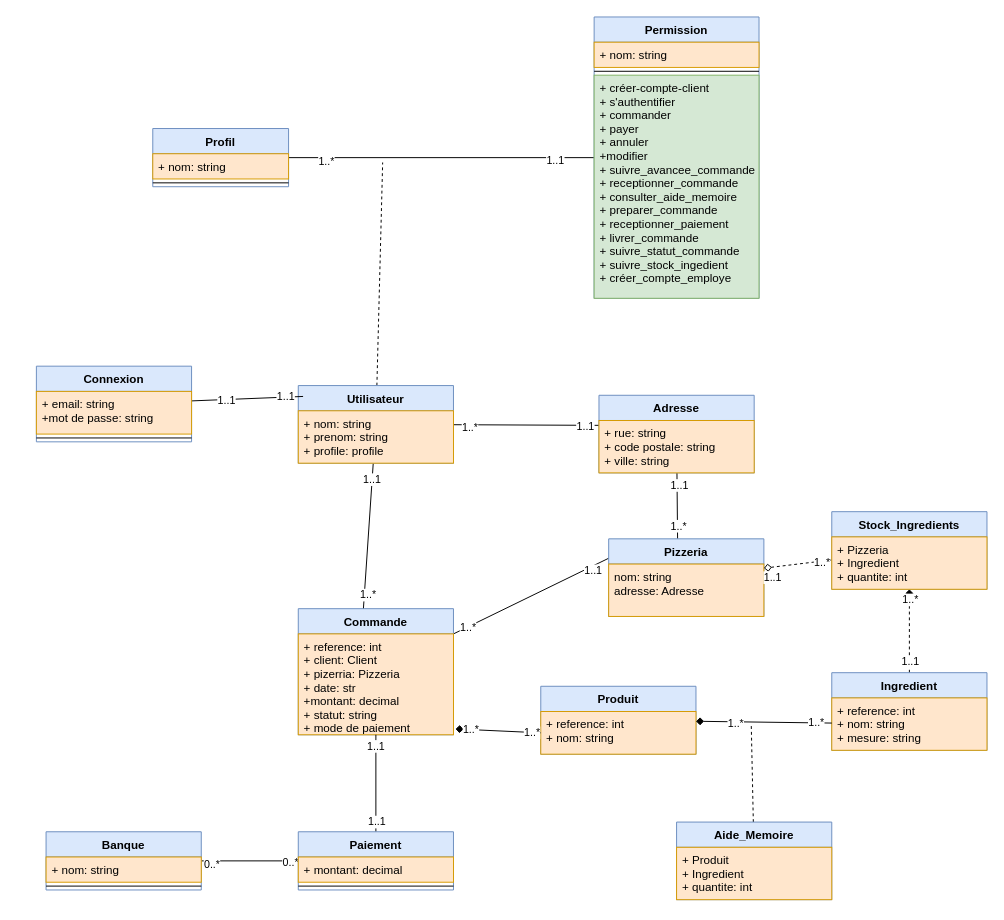
Above: documentation/diagrameDeClasses1.drawio in jbbaillet85/OCpizzas (draw.io), before the change. Source tidied: cells renumbered, new cells numbered last; positions are measured from the earlier drawing's top-left corner, leaving out a move shared by most shapes. Both pictures are drawn from the tidied source at 97%, with x=0, y=0 at pixel (36, 16).
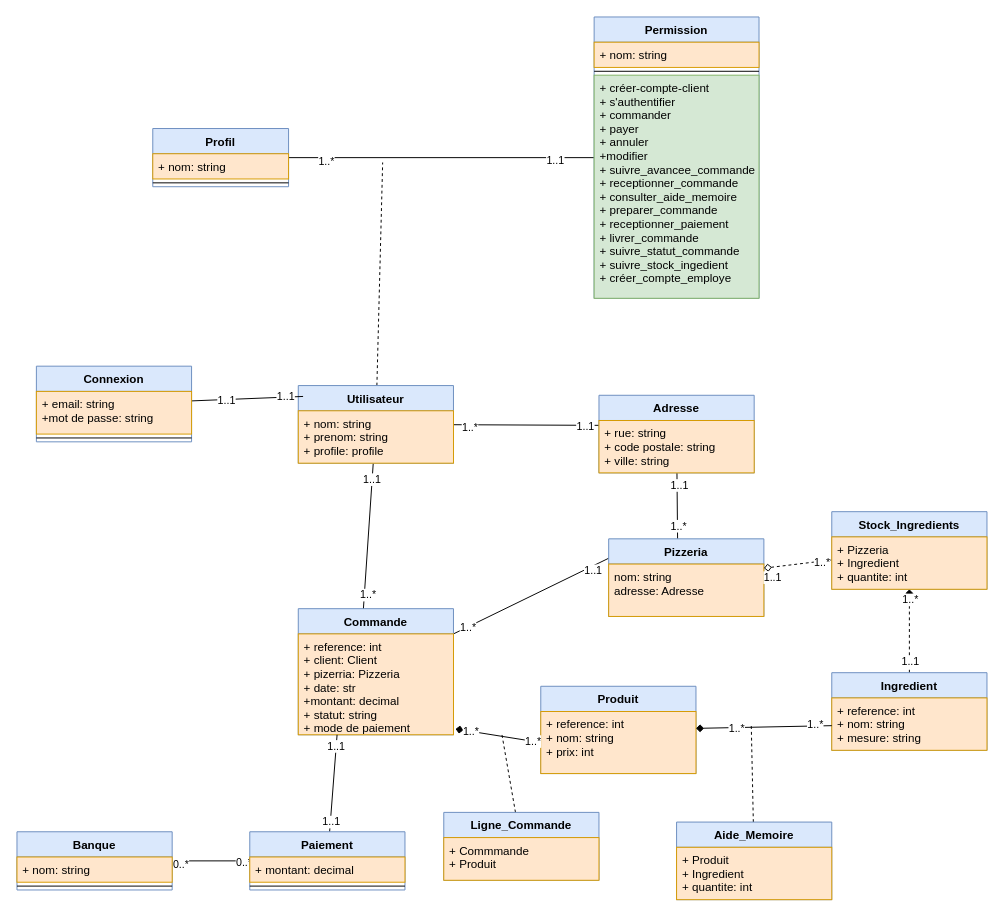
The same page after the edit.

Commit message (it also covers changes not shown here):
mise à jour diagrame de classes

Unchanged cells that the change refers to:
```xml
<mxCell id="19" value="Commande" style="swimlane;fontStyle=1;align=center;verticalAlign=top;horizontal=1;startSize=26;fillColor=#dae8fc;strokeColor=#6c8ebf;" parent="1" vertex="1">
  <mxGeometry x="270" y="610" width="160" height="130" as="geometry" />
</mxCell>
```

The edit, as a diff of the source:
```diff
@@
     <mxCell id="21" value="Produit" style="swimlane;fontStyle=1;align=center;verticalAlign=top;horizontal=1;startSize=26;fillColor=#dae8fc;strokeColor=#6c8ebf;" parent="1" vertex="1">
-      <mxGeometry x="520" y="690" width="160" height="70" as="geometry" />
+      <mxGeometry x="520" y="690" width="160" height="90" as="geometry" />
     </mxCell>
-    <mxCell id="22" value="+ reference: int&#10;+ nom: string" style="text;strokeColor=#d79b00;fillColor=#ffe6cc;align=left;verticalAlign=top;spacingLeft=4;spacingRight=4;overflow=hidden;points=[[0,0.5],[1,0.5]];portConstraint=eastwest;" parent="21" vertex="1">
-      <mxGeometry y="26" width="160" height="44" as="geometry" />
+    <mxCell id="22" value="+ reference: int&#10;+ nom: string&#10;+ prix: int" style="text;strokeColor=#d79b00;fillColor=#ffe6cc;align=left;verticalAlign=top;spacingLeft=4;spacingRight=4;overflow=hidden;points=[[0,0.5],[1,0.5]];portConstraint=eastwest;" parent="21" vertex="1">
+      <mxGeometry y="26" width="160" height="64" as="geometry" />
     </mxCell>
@@
     <mxCell id="36" value="Banque" style="swimlane;fontStyle=1;align=center;verticalAlign=top;horizontal=1;startSize=26;fillColor=#dae8fc;strokeColor=#6c8ebf;" parent="1" vertex="1">
-      <mxGeometry x="10" y="840" width="160" height="60" as="geometry" />
+      <mxGeometry x="-20" y="840" width="160" height="60" as="geometry" />
     </mxCell>
@@
-    <mxCell id="44" style="edgeStyle=orthogonalEdgeStyle;rounded=0;jettySize=auto;html=1;endArrow=none;endFill=0;" parent="1" edge="1" source="47" target="19">
+    <mxCell id="44" style="rounded=0;jettySize=auto;html=1;endArrow=none;endFill=0;entryX=0.25;entryY=1;entryDx=0;entryDy=0;" parent="1" edge="1" source="47" target="19">
       <mxGeometry relative="1" as="geometry" />
     </mxCell>
@@
     <mxCell id="47" value="Paiement" style="swimlane;fontStyle=1;align=center;verticalAlign=top;horizontal=1;startSize=26;fillColor=#dae8fc;strokeColor=#6c8ebf;" parent="1" vertex="1">
-      <mxGeometry x="270" y="840" width="160" height="60" as="geometry" />
+      <mxGeometry x="220" y="840" width="160" height="60" as="geometry" />
     </mxCell>
@@
+    <mxCell id="72" style="edgeStyle=none;rounded=0;jettySize=auto;html=1;endArrow=none;endFill=0;dashed=1;" parent="1" edge="1" source="73">
+      <mxGeometry relative="1" as="geometry">
+        <mxPoint x="480" y="740" as="targetPoint" />
+      </mxGeometry>
+    </mxCell>
+    <mxCell id="73" value="Ligne_Commande" style="swimlane;fontStyle=1;align=center;verticalAlign=top;horizontal=1;startSize=26;fillColor=#dae8fc;strokeColor=#6c8ebf;" parent="1" vertex="1">
+      <mxGeometry x="420" y="820" width="160" height="70" as="geometry" />
+    </mxCell>
+    <mxCell id="74" value="+ Commmande&#10;+ Produit" style="text;strokeColor=#d79b00;fillColor=#ffe6cc;align=left;verticalAlign=top;spacingLeft=4;spacingRight=4;overflow=hidden;" parent="73" vertex="1">
+      <mxGeometry y="26" width="160" height="44" as="geometry" />
+    </mxCell>
```
